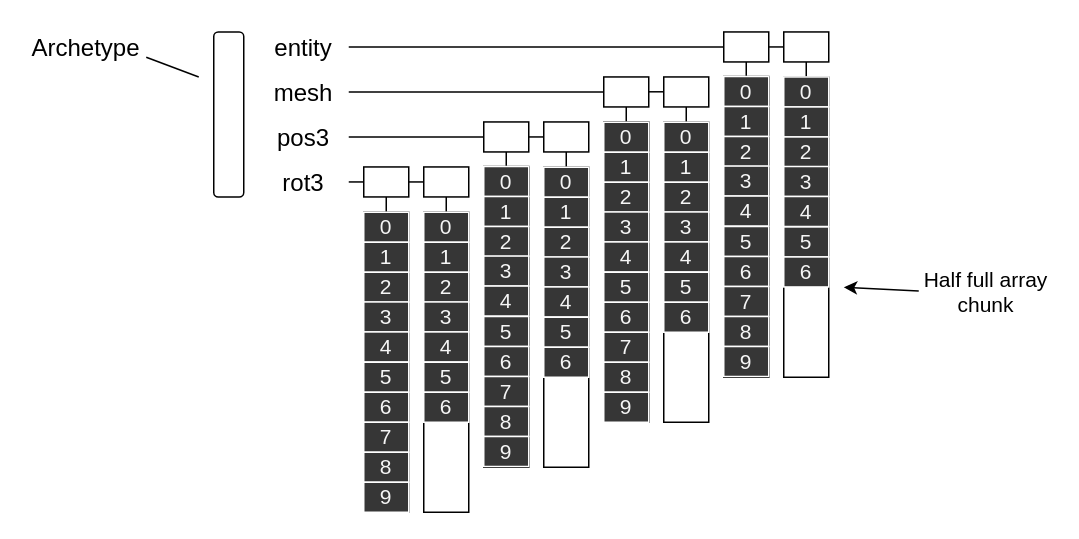
This is page "Page-1" (1 of 2) of ECS/ECS_Layout_Lists_of_Arrays.drawio from PaperPrototype/flowchart-diagrams, a draw.io file, before an edit. Source tidied: cells renumbered, new cells numbered last; positions are measured from the earlier drawing's top-left corner, leaving out a move shared by most shapes. Both pictures are drawn from the tidied source at 150%, with x=0, y=0 at pixel (26, 26).
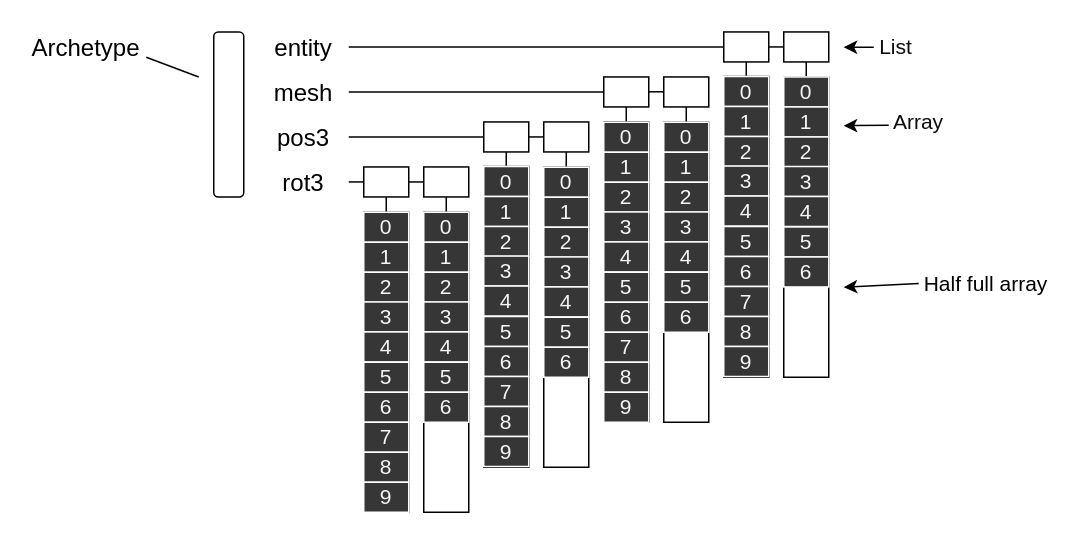
The same diagram, later.

What changed in the source:
```diff
@@
-    <mxCell id="41" value="Half full array chunk" style="text;html=1;strokeColor=none;fillColor=none;align=center;verticalAlign=middle;whiteSpace=wrap;rounded=0;fontSize=14;" parent="1" vertex="1">
-      <mxGeometry x="595" y="159" width="90" height="35" as="geometry" />
+    <mxCell id="41" value="Half full array" style="text;html=1;strokeColor=none;fillColor=none;align=center;verticalAlign=middle;whiteSpace=wrap;rounded=0;fontSize=14;" parent="1" vertex="1">
+      <mxGeometry x="595" y="159" width="90" height="25" as="geometry" />
     </mxCell>
@@
+    <mxCell id="114" value="List" style="text;html=1;strokeColor=none;fillColor=none;align=center;verticalAlign=middle;whiteSpace=wrap;rounded=0;fontSize=14;fontColor=#0D0D0D;" parent="1" vertex="1">
+      <mxGeometry x="565" y="3.8" width="30" height="20" as="geometry" />
+    </mxCell>
+    <mxCell id="115" style="endArrow=classic;html=1;fontSize=14;fontColor=#0D0D0D;" parent="1" edge="1">
+      <mxGeometry relative="1" as="geometry">
+        <mxPoint x="565" y="14" as="sourcePoint" />
+        <mxPoint x="545" y="14" as="targetPoint" />
+      </mxGeometry>
+    </mxCell>
+    <mxCell id="116" value="Array" style="text;html=1;strokeColor=none;fillColor=none;align=center;verticalAlign=middle;whiteSpace=wrap;rounded=0;fontSize=14;fontColor=#0D0D0D;" parent="1" vertex="1">
+      <mxGeometry x="575" y="53.5" width="40" height="20" as="geometry" />
+    </mxCell>
+    <mxCell id="117" style="endArrow=classic;html=1;" parent="1" edge="1">
+      <mxGeometry relative="1" as="geometry">
+        <mxPoint x="575" y="66" as="sourcePoint" />
+        <mxPoint x="545" y="66.3" as="targetPoint" />
+      </mxGeometry>
+    </mxCell>
```
